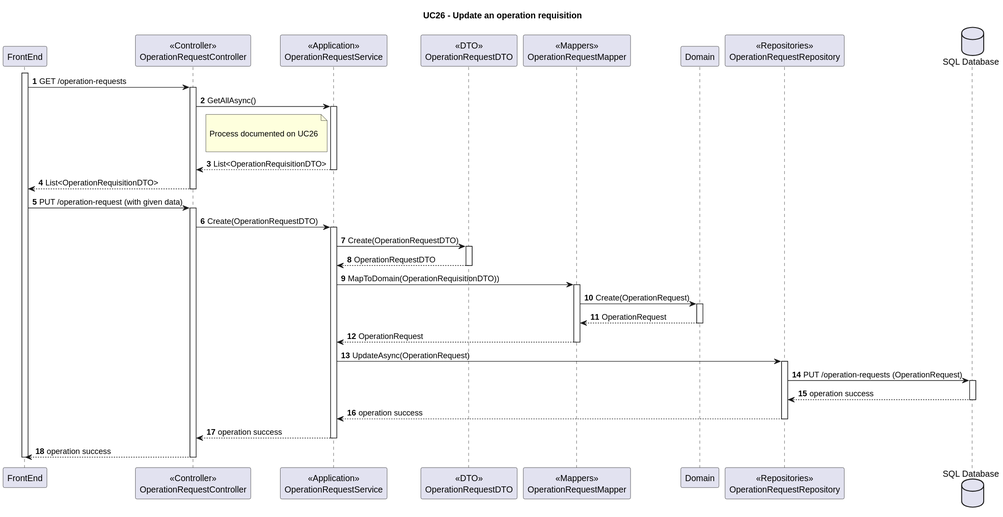
Earlier version of the PlantUML export Wiki/SprintA/diagrams/use-cases/26-update-an-operation-requisition/level3/backend-process-view.svg (MiguelCardoso77/SurgicalSync-BackEnd). The source it was exported from:
```plantuml
@startuml
autonumber

Title "UC26 - Update an operation requisition"

participant "FrontEnd" as FE
participant "<<Controller>>\nOperationRequestController" as CN
participant "<<Application>>\nOperationRequestService" as SV
participant "<<DTO>>\nOperationRequestDTO" as DTO
participant "<<Mappers>>\nOperationRequestMapper" as MP
participant "Domain" as DM
participant "<<Repositories>>\nOperationRequestRepository" as REPO
database "SQL Database" as SQL

activate FE

FE -> CN : GET /operation-requests

activate CN

CN -> SV: GetAllAsync()

activate SV

    note left of SV

    Process documented on UC26

    end note

    SV --> CN : List<OperationRequisitionDTO>

deactivate SV

CN --> FE : List<OperationRequisitionDTO>

deactivate CN

FE -> CN : PUT /operation-request (with given data)

activate CN

CN -> SV : Create(OperationRequestDTO)

activate SV

SV -> DTO :  Create(OperationRequestDTO)

activate DTO

DTO --> SV : OperationRequestDTO

deactivate DTO

SV -> MP : MapToDomain(OperationRequisitionDTO))

activate MP

MP -> DM : Create(OperationRequest)

activate DM

DM --> MP : OperationRequest

deactivate DM

MP --> SV : OperationRequest

deactivate MP

SV -> REPO : UpdateAsync(OperationRequest)

activate REPO

REPO -> SQL : PUT /operation-requests (OperationRequest)

activate SQL

SQL --> REPO : operation success

deactivate SQL

REPO --> SV : operation success

deactivate REPO

SV --> CN : operation success

deactivate SV

CN --> FE : operation success

deactivate CN

deactivate FE
@enduml
```
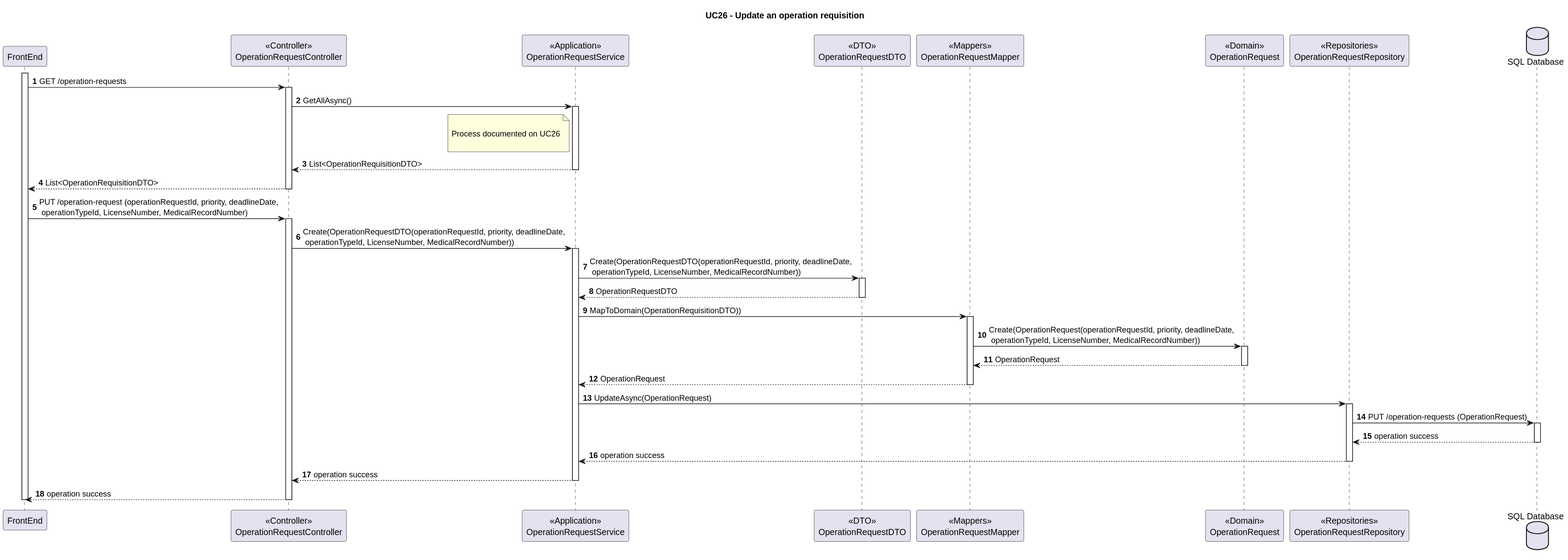
Above is the later version.

Diff of the diagram source:
```diff
@@ -8,7 +8,7 @@
 participant "<<Application>>\nOperationRequestService" as SV
 participant "<<DTO>>\nOperationRequestDTO" as DTO
 participant "<<Mappers>>\nOperationRequestMapper" as MP
-participant "Domain" as DM
+participant "<<Domain>>\nOperationRequest" as DM
 participant "<<Repositories>>\nOperationRequestRepository" as REPO
 database "SQL Database" as SQL
 
@@ -36,15 +36,15 @@
 
 deactivate CN
 
-FE -> CN : PUT /operation-request (with given data)
+FE -> CN : PUT /operation-request (operationRequestId, priority, deadlineDate,\n operationTypeId, LicenseNumber, MedicalRecordNumber)
 
 activate CN
 
-CN -> SV : Create(OperationRequestDTO)
+CN -> SV : Create(OperationRequestDTO(operationRequestId, priority, deadlineDate,\n operationTypeId, LicenseNumber, MedicalRecordNumber))
 
 activate SV
 
-SV -> DTO :  Create(OperationRequestDTO)
+SV -> DTO :  Create(OperationRequestDTO(operationRequestId, priority, deadlineDate,\n operationTypeId, LicenseNumber, MedicalRecordNumber))
 
 activate DTO
 
@@ -56,7 +56,7 @@
 
 activate MP
 
-MP -> DM : Create(OperationRequest)
+MP -> DM : Create(OperationRequest(operationRequestId, priority, deadlineDate,\n operationTypeId, LicenseNumber, MedicalRecordNumber))
 
 activate DM
 
```
